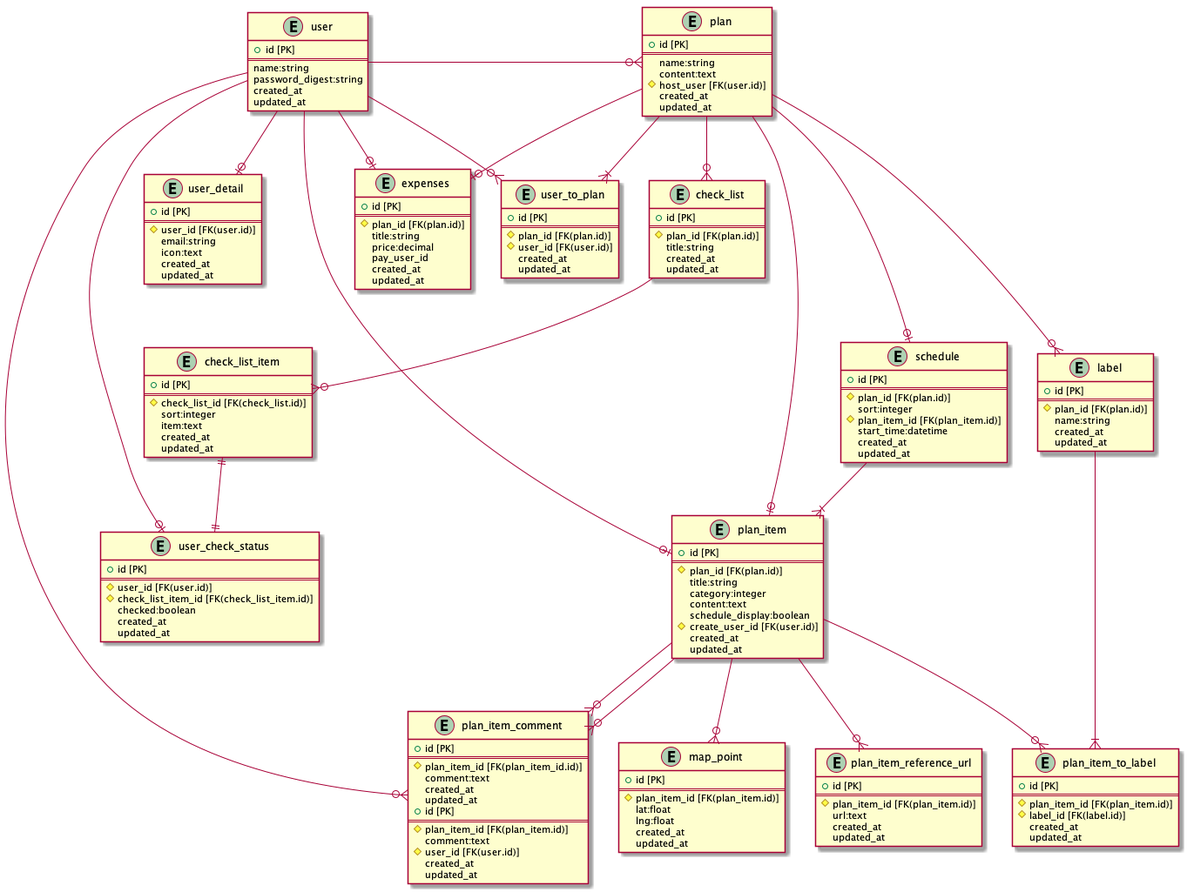
The PlantUML diagram doc/table/EntityRelationship.png in missyu3/our_trip_old, before a commit. Its diagram source:
```plantuml
@startuml EntityRelationship
entity "user" {
    + id [PK]
    ==
    name:string
    password_digest:string
    created_at
    updated_at
}

entity "user_detail" {
    + id [PK]
    ==
    # user_id [FK(user.id)]
    email:string
    icon:text
    created_at
    updated_at
}

entity "user_to_plan" {
    + id [PK]
    ==
    # plan_id [FK(plan.id)]
    # user_id [FK(user.id)]
    created_at
    updated_at
}

entity "plan" {
    + id [PK]
    ==
    name:string
    content:text
    # host_user [FK(user.id)]
    created_at
    updated_at
}

entity "label" {
    + id [PK]
    ==
    # plan_id [FK(plan.id)]
    name:string
    created_at
    updated_at
}

entity "schedule" {
    + id [PK]
    ==
    # plan_id [FK(plan.id)]
    sort:integer
    # plan_item_id [FK(plan_item.id)]
    start_time:datetime
    created_at
    updated_at
}

entity "plan_item" {
    + id [PK]
    ==
    # plan_id [FK(plan.id)]
    title:string
    category:integer
    content:text
    schedule_display:boolean
    # create_user_id [FK(user.id)]
    created_at
    updated_at
}

entity "plan_item_to_label" {
    + id [PK]
    ==
    # plan_item_id [FK(plan_item.id)]
    # label_id [FK(label.id)]
    created_at
    updated_at
}

entity "plan_item_reference_url" {
    + id [PK]
    ==
    # plan_item_id [FK(plan_item.id)]
    url:text
    created_at
    updated_at
}

entity "plan_item_comment" {
    + id [PK]
    ==
    # plan_item_id [FK(plan_item_id.id)]
    comment:text
    created_at
    updated_at
}

entity "map_point" {
    + id [PK]
    ==
    # plan_item_id [FK(plan_item.id)]
    lat:float
    lng:float
    created_at
    updated_at
}

entity "check_list" {
    + id [PK]
    ==
    # plan_id [FK(plan.id)]
    title:string
    created_at
    updated_at
}

entity "check_list_item" {
    + id [PK]
    ==
    # check_list_id [FK(check_list.id)]
    sort:integer
    item:text
    created_at
    updated_at
}

entity "user_check_status" {
    + id [PK]
    ==
    # user_id [FK(user.id)]
    # check_list_item_id [FK(check_list_item.id)]
    checked:boolean
    created_at
    updated_at
}

entity "expenses" {
    + id [PK]
    ==
    # plan_id [FK(plan.id)]
    title:string
    price:decimal
    pay_user_id
    created_at
    updated_at
}

entity "plan_item_comment" {
    + id [PK]
    ==
    # plan_item_id [FK(plan_item.id)]
    comment:text
    # user_id [FK(user.id)]
    created_at
    updated_at
}

user --o| user_detail
user --right--o{ plan
user --o{ user_to_plan
user --o| user_check_status
user --o| plan_item
user --o| expenses
user --o{ plan_item_comment
plan --o| schedule
plan --o| expenses
plan --down--o| plan_item
plan --o{ label
plan --|{ user_to_plan
plan --o{ check_list
schedule --|{ plan_item
check_list --o{ check_list_item
check_list_item ||--|| user_check_status
plan_item --o{ plan_item_comment
plan_item --o{ plan_item_reference_url
plan_item --o{ map_point
plan_item --o{ plan_item_to_label
plan_item --o{ plan_item_comment
label --|{ plan_item_to_label

@enduml
```
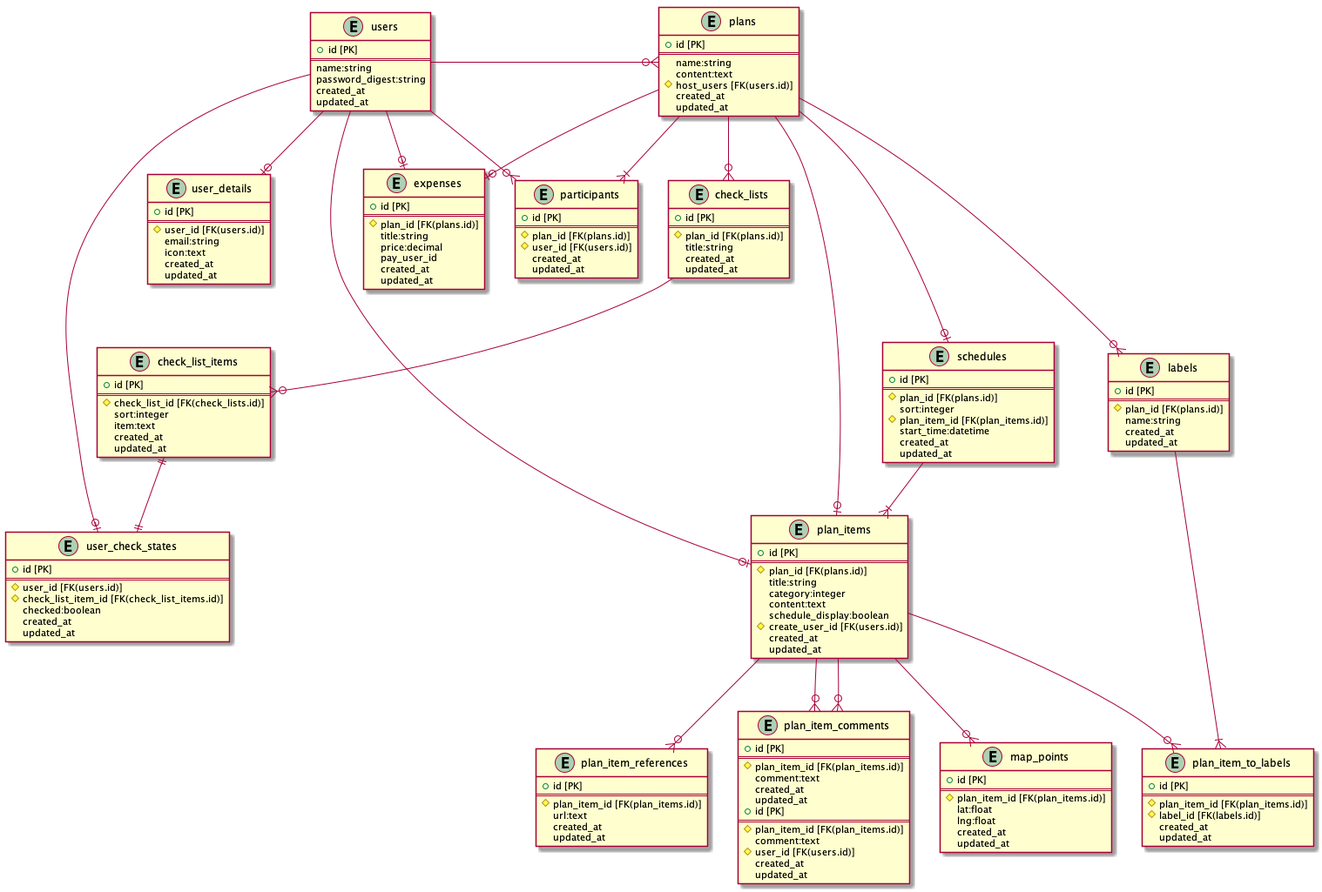
The same diagram one commit later.

Commit message:
Fix テーブル名称を複数形に変更

Change to the diagram source:
```diff
@@ -1,5 +1,5 @@
 @startuml EntityRelationship
-entity "user" {
+entity "users" {
     + id [PK]
     ==
     name:string
@@ -8,129 +8,129 @@
     updated_at
 }
 
-entity "user_detail" {
+entity "user_details" {
     + id [PK]
     ==
-    # user_id [FK(user.id)]
+    # user_id [FK(users.id)]
     email:string
     icon:text
     created_at
     updated_at
 }
 
-entity "user_to_plan" {
+entity "participants" {
     + id [PK]
     ==
-    # plan_id [FK(plan.id)]
-    # user_id [FK(user.id)]
+    # plan_id [FK(plans.id)]
+    # user_id [FK(users.id)]
     created_at
     updated_at
 }
 
-entity "plan" {
+entity "plans" {
     + id [PK]
     ==
     name:string
     content:text
-    # host_user [FK(user.id)]
+    # host_users [FK(users.id)]
     created_at
     updated_at
 }
 
-entity "label" {
+entity "labels" {
     + id [PK]
     ==
-    # plan_id [FK(plan.id)]
+    # plan_id [FK(plans.id)]
     name:string
     created_at
     updated_at
 }
 
-entity "schedule" {
+entity "schedules" {
     + id [PK]
     ==
-    # plan_id [FK(plan.id)]
+    # plan_id [FK(plans.id)]
     sort:integer
-    # plan_item_id [FK(plan_item.id)]
+    # plan_item_id [FK(plan_items.id)]
     start_time:datetime
     created_at
     updated_at
 }
 
-entity "plan_item" {
+entity "plan_items" {
     + id [PK]
     ==
-    # plan_id [FK(plan.id)]
+    # plan_id [FK(plans.id)]
     title:string
     category:integer
     content:text
     schedule_display:boolean
-    # create_user_id [FK(user.id)]
+    # create_user_id [FK(users.id)]
     created_at
     updated_at
 }
 
-entity "plan_item_to_label" {
+entity "plan_item_to_labels" {
     + id [PK]
     ==
-    # plan_item_id [FK(plan_item.id)]
-    # label_id [FK(label.id)]
+    # plan_item_id [FK(plan_items.id)]
+    # label_id [FK(labels.id)]
     created_at
     updated_at
 }
 
-entity "plan_item_reference_url" {
+entity "plan_item_references" {
     + id [PK]
     ==
-    # plan_item_id [FK(plan_item.id)]
+    # plan_item_id [FK(plan_items.id)]
     url:text
     created_at
     updated_at
 }
 
-entity "plan_item_comment" {
+entity "plan_item_comments" {
     + id [PK]
     ==
-    # plan_item_id [FK(plan_item_id.id)]
+    # plan_item_id [FK(plan_items.id)]
     comment:text
     created_at
     updated_at
 }
 
-entity "map_point" {
+entity "map_points" {
     + id [PK]
     ==
-    # plan_item_id [FK(plan_item.id)]
+    # plan_item_id [FK(plan_items.id)]
     lat:float
     lng:float
     created_at
     updated_at
 }
 
-entity "check_list" {
+entity "check_lists" {
     + id [PK]
     ==
-    # plan_id [FK(plan.id)]
+    # plan_id [FK(plans.id)]
     title:string
     created_at
     updated_at
 }
 
-entity "check_list_item" {
+entity "check_list_items" {
     + id [PK]
     ==
-    # check_list_id [FK(check_list.id)]
+    # check_list_id [FK(check_lists.id)]
     sort:integer
     item:text
     created_at
     updated_at
 }
 
-entity "user_check_status" {
+entity "user_check_states" {
     + id [PK]
     ==
-    # user_id [FK(user.id)]
-    # check_list_item_id [FK(check_list_item.id)]
+    # user_id [FK(users.id)]
+    # check_list_item_id [FK(check_list_items.id)]
     checked:boolean
     created_at
     updated_at
@@ -139,7 +139,7 @@
 entity "expenses" {
     + id [PK]
     ==
-    # plan_id [FK(plan.id)]
+    # plan_id [FK(plans.id)]
     title:string
     price:decimal
     pay_user_id
@@ -147,37 +147,36 @@
     updated_at
 }
 
-entity "plan_item_comment" {
+entity "plan_item_comments" {
     + id [PK]
     ==
-    # plan_item_id [FK(plan_item.id)]
+    # plan_item_id [FK(plan_items.id)]
     comment:text
-    # user_id [FK(user.id)]
+    # user_id [FK(users.id)]
     created_at
     updated_at
 }
 
-user --o| user_detail
-user --right--o{ plan
-user --o{ user_to_plan
-user --o| user_check_status
-user --o| plan_item
-user --o| expenses
-user --o{ plan_item_comment
-plan --o| schedule
-plan --o| expenses
-plan --down--o| plan_item
-plan --o{ label
-plan --|{ user_to_plan
-plan --o{ check_list
-schedule --|{ plan_item
-check_list --o{ check_list_item
-check_list_item ||--|| user_check_status
-plan_item --o{ plan_item_comment
-plan_item --o{ plan_item_reference_url
-plan_item --o{ map_point
-plan_item --o{ plan_item_to_label
-plan_item --o{ plan_item_comment
-label --|{ plan_item_to_label
+users --o| user_details
+users --right--o{ plans
+users --o{ participants
+users --o| user_check_states
+users --o| plan_items
+users --o| expenses
+plan_items --o{ plan_item_comments
+plans --o| schedules
+plans --o| expenses
+plans --down--o| plan_items
+plans --o{ labels
+plans --|{ participants
+plans --o{ check_lists
+schedules --|{ plan_items
+check_lists --o{ check_list_items
+check_list_items ||--|| user_check_states
+plan_items --o{ plan_item_comments
+plan_items --o{ plan_item_references
+plan_items --o{ map_points
+plan_items --o{ plan_item_to_labels
+labels --|{ plan_item_to_labels
 
 @enduml
```
